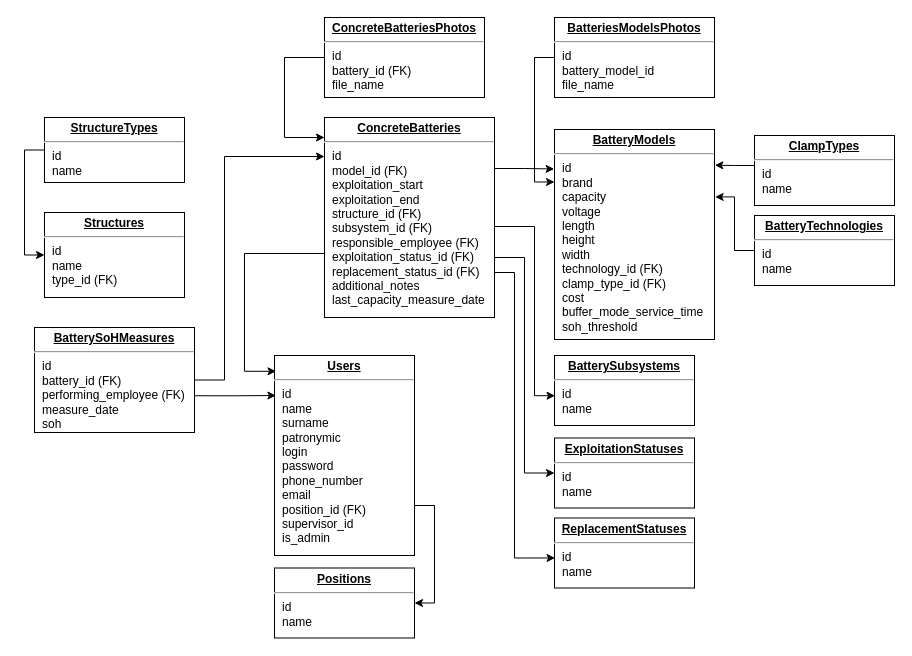
wackyEvidence/BatteriesConditionTracker keeps this draw.io diagram as Диаграмма без названия.drawio. Above is the earlier version. Source tidied: cells renumbered, new cells numbered last; positions are measured from the earlier drawing's top-left corner, leaving out a move shared by most shapes. Both pictures are drawn from the tidied source at 100%, with x=0, y=0 at pixel (34, 17).
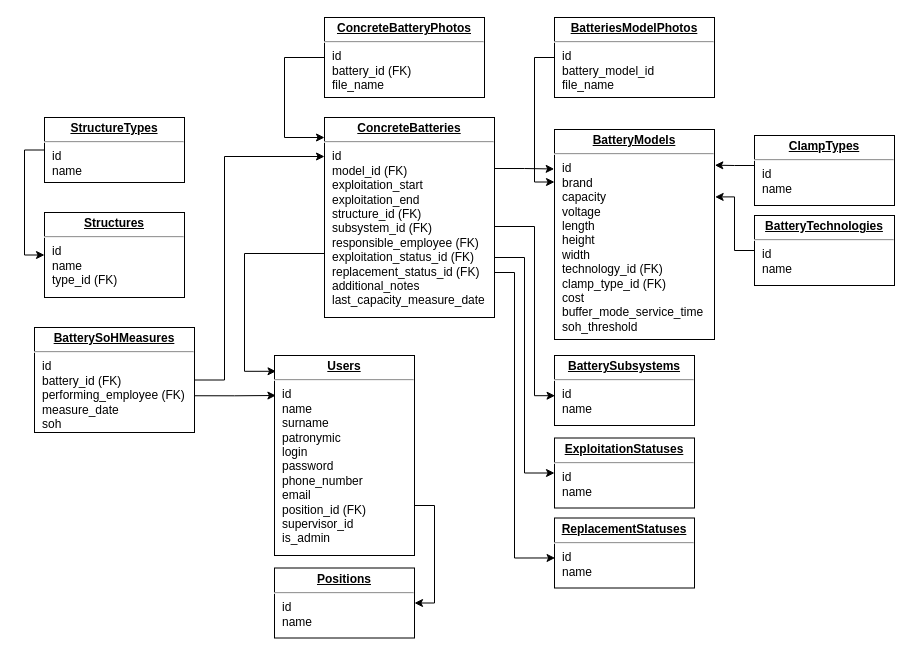
After the change.

Commit message:
Обновление схемы БД.drawio

The edit, as a diff of the source:
```diff
@@
-    <mxCell id="8" value="&lt;p style=&quot;margin: 0px ; margin-top: 4px ; text-align: center ; text-decoration: underline&quot;&gt;&lt;b&gt;BatteriesModelsPhotos&lt;/b&gt;&lt;/p&gt;&lt;hr&gt;&lt;p style=&quot;margin: 0px ; margin-left: 8px&quot;&gt;id&lt;br&gt;battery_model_id&lt;br&gt;file_name&lt;/p&gt;" style="verticalAlign=top;align=left;overflow=fill;fontSize=12;fontFamily=Helvetica;html=1;rounded=0;shadow=0;comic=0;labelBackgroundColor=none;strokeWidth=1;" parent="1" vertex="1">
+    <mxCell id="8" value="&lt;p style=&quot;margin: 0px ; margin-top: 4px ; text-align: center ; text-decoration: underline&quot;&gt;&lt;b&gt;BatteriesModelPhotos&lt;/b&gt;&lt;/p&gt;&lt;hr&gt;&lt;p style=&quot;margin: 0px ; margin-left: 8px&quot;&gt;id&lt;br&gt;battery_model_id&lt;br&gt;file_name&lt;/p&gt;" style="verticalAlign=top;align=left;overflow=fill;fontSize=12;fontFamily=Helvetica;html=1;rounded=0;shadow=0;comic=0;labelBackgroundColor=none;strokeWidth=1;" parent="1" vertex="1">
       <mxGeometry x="520" width="160" height="80" as="geometry" />
     </mxCell>
@@
-    <mxCell id="17" value="&lt;p style=&quot;margin: 0px ; margin-top: 4px ; text-align: center ; text-decoration: underline&quot;&gt;&lt;b&gt;ConcreteBatteriesPhotos&lt;/b&gt;&lt;/p&gt;&lt;hr&gt;&lt;p style=&quot;margin: 0px ; margin-left: 8px&quot;&gt;id&lt;/p&gt;&lt;p style=&quot;margin: 0px ; margin-left: 8px&quot;&gt;battery_id (FK)&lt;/p&gt;&lt;p style=&quot;margin: 0px ; margin-left: 8px&quot;&gt;file_name&lt;/p&gt;" style="verticalAlign=top;align=left;overflow=fill;fontSize=12;fontFamily=Helvetica;html=1;rounded=0;shadow=0;comic=0;labelBackgroundColor=none;strokeWidth=1;" parent="1" vertex="1">
+    <mxCell id="17" value="&lt;p style=&quot;margin: 0px ; margin-top: 4px ; text-align: center ; text-decoration: underline&quot;&gt;&lt;b&gt;ConcreteBatteryPhotos&lt;/b&gt;&lt;/p&gt;&lt;hr&gt;&lt;p style=&quot;margin: 0px ; margin-left: 8px&quot;&gt;id&lt;/p&gt;&lt;p style=&quot;margin: 0px ; margin-left: 8px&quot;&gt;battery_id (FK)&lt;/p&gt;&lt;p style=&quot;margin: 0px ; margin-left: 8px&quot;&gt;file_name&lt;/p&gt;" style="verticalAlign=top;align=left;overflow=fill;fontSize=12;fontFamily=Helvetica;html=1;rounded=0;shadow=0;comic=0;labelBackgroundColor=none;strokeWidth=1;" parent="1" vertex="1">
       <mxGeometry x="290" width="160" height="80" as="geometry" />
     </mxCell>
```
